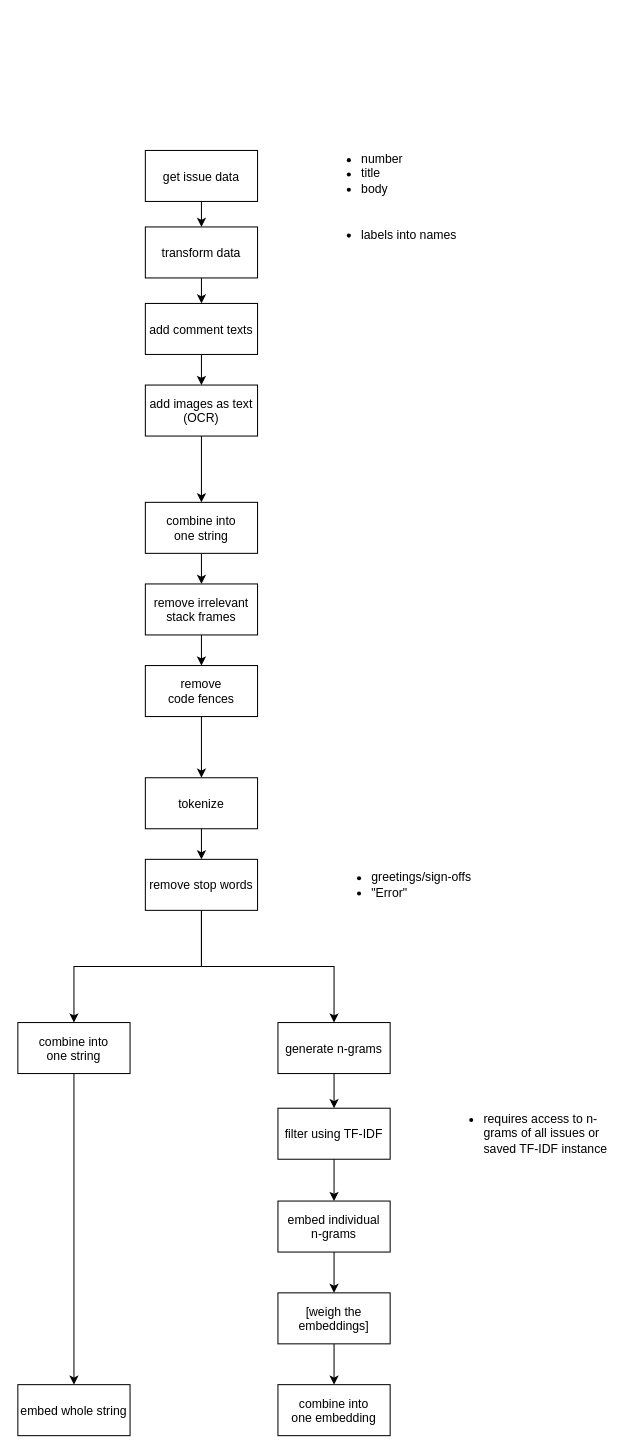
Earlier version of the draw.io diagram docs/pipeline.drawio (tim-sh/embeddings). Source tidied: cells renumbered, new cells numbered last; positions are measured from the earlier drawing's top-left corner, leaving out a move shared by most shapes. Both pictures are drawn from the tidied source at 102%, with x=0, y=0 at pixel (17, 119).
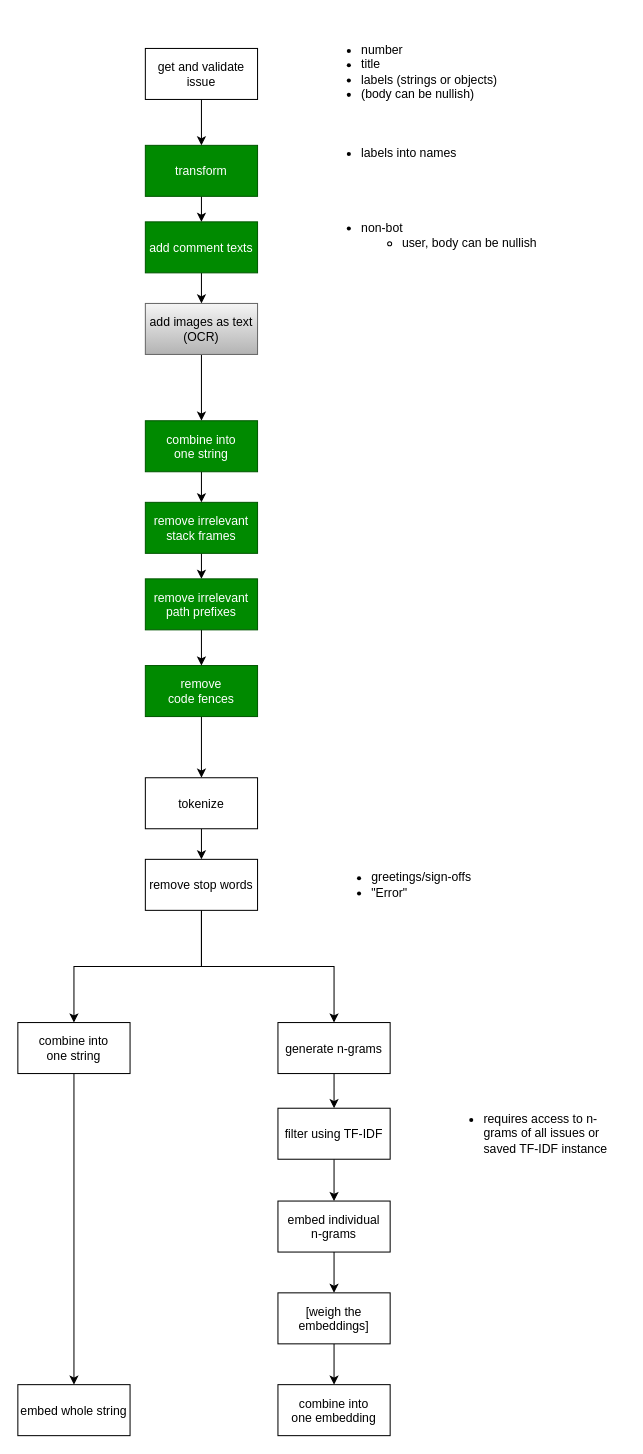
After the change.

Commit message:
Update pipeline diagram

Diff of the diagram source:
```diff
@@
-    <mxCell id="2" style="edgeStyle=orthogonalEdgeStyle;rounded=0;jettySize=auto;html=1;exitX=0.5;exitY=1;exitDx=0;exitDy=0;" parent="1" edge="1" source="3" target="35">
-      <mxGeometry relative="1" as="geometry" />
-    </mxCell>
-    <mxCell id="3" value="get issue data" parent="1" vertex="1">
-      <mxGeometry x="125" y="30" width="110" height="50" as="geometry" />
-    </mxCell>
@@
-    <mxCell id="5" value="remove&#10;code fences" parent="1" vertex="1">
+    <mxCell id="5" value="remove&#10;code fences" style="fillColor=#008a00;fontColor=#ffffff;strokeColor=#005700;" parent="1" vertex="1">
       <mxGeometry x="125" y="535" width="110" height="50" as="geometry" />
     </mxCell>
-    <mxCell id="6" style="edgeStyle=orthogonalEdgeStyle;rounded=0;jettySize=auto;html=1;exitX=0.5;exitY=1;exitDx=0;exitDy=0;entryX=0.5;entryY=0;entryDx=0;entryDy=0;" parent="1" edge="1" source="7" target="5">
-      <mxGeometry relative="1" as="geometry" />
-    </mxCell>
+    <mxCell id="37" style="edgeStyle=orthogonalEdgeStyle;rounded=0;jettySize=auto;html=1;exitX=0.5;exitY=1;exitDx=0;exitDy=0;" parent="1" edge="1" source="7" target="42">
+      <mxGeometry relative="1" as="geometry" />
+    </mxCell>
-    <mxCell id="7" value="remove irrelevant&#10;stack frames" parent="1" vertex="1">
-      <mxGeometry x="125" y="455" width="110" height="50" as="geometry" />
+    <mxCell id="7" value="remove irrelevant&#10;stack frames" style="fillColor=#008a00;fontColor=#ffffff;strokeColor=#005700;" parent="1" vertex="1">
+      <mxGeometry x="125" y="375" width="110" height="50" as="geometry" />
     </mxCell>
@@
-    <mxCell id="14" value="&lt;ul&gt;&lt;li&gt;number&lt;/li&gt;&lt;li&gt;title&lt;/li&gt;&lt;li&gt;body&lt;/li&gt;&lt;/ul&gt;" style="text;strokeColor=none;fillColor=none;html=1;whiteSpace=wrap;verticalAlign=middle;overflow=hidden;" parent="1" vertex="1">
-      <mxGeometry x="295" width="200" height="105" as="geometry" />
+    <mxCell id="14" value="&lt;ul&gt;&lt;li&gt;number&lt;/li&gt;&lt;li&gt;title&lt;/li&gt;&lt;li&gt;labels (strings or objects)&lt;/li&gt;&lt;li&gt;(body can be nullish)&lt;/li&gt;&lt;/ul&gt;" style="text;strokeColor=none;fillColor=none;html=1;whiteSpace=wrap;verticalAlign=middle;overflow=hidden;" parent="1" vertex="1">
+      <mxGeometry x="295" y="-100" width="200" height="105" as="geometry" />
     </mxCell>
@@
-    <mxCell id="16" value="add comment texts" parent="1" vertex="1">
-      <mxGeometry x="125" y="180" width="110" height="50" as="geometry" />
+    <mxCell id="16" value="add comment texts" style="fillColor=#008a00;fontColor=#ffffff;strokeColor=#005700;" parent="1" vertex="1">
+      <mxGeometry x="125" y="100" width="110" height="50" as="geometry" />
     </mxCell>
@@
-    <mxCell id="18" value="add images as text&#10;(OCR)" parent="1" vertex="1">
-      <mxGeometry x="125" y="260" width="110" height="50" as="geometry" />
+    <mxCell id="18" value="add images as text&#10;(OCR)" style="fillColor=#f5f5f5;gradientColor=#b3b3b3;strokeColor=#666666;" parent="1" vertex="1">
+      <mxGeometry x="125" y="180" width="110" height="50" as="geometry" />
     </mxCell>
@@
-    <mxCell id="20" value="combine into&#10;one string" parent="1" vertex="1">
-      <mxGeometry x="125" y="375" width="110" height="50" as="geometry" />
+    <mxCell id="20" value="combine into&#10;one string" style="fillColor=#008a00;fontColor=#ffffff;strokeColor=#005700;" parent="1" vertex="1">
+      <mxGeometry x="125" y="295" width="110" height="50" as="geometry" />
     </mxCell>
@@
-    <mxCell id="35" value="transform data" parent="1" vertex="1">
-      <mxGeometry x="125" y="105" width="110" height="50" as="geometry" />
+    <mxCell id="35" value="transform" style="fillColor=#008a00;fontColor=#ffffff;strokeColor=#005700;" parent="1" vertex="1">
+      <mxGeometry x="125" y="25" width="110" height="50" as="geometry" />
     </mxCell>
     <mxCell id="36" value="&lt;ul&gt;&lt;li&gt;labels into names&lt;/li&gt;&lt;/ul&gt;" style="text;strokeColor=none;fillColor=none;html=1;whiteSpace=wrap;verticalAlign=middle;overflow=hidden;" parent="1" vertex="1">
-      <mxGeometry x="295" y="60" width="200" height="105" as="geometry" />
+      <mxGeometry x="295" y="-20" width="200" height="105" as="geometry" />
     </mxCell>
+    <mxCell id="38" style="edgeStyle=orthogonalEdgeStyle;rounded=0;jettySize=auto;html=1;exitX=0.5;exitY=1;exitDx=0;exitDy=0;entryX=0.5;entryY=0;entryDx=0;entryDy=0;" parent="1" edge="1" source="39" target="35">
+      <mxGeometry relative="1" as="geometry" />
+    </mxCell>
+    <mxCell id="39" value="get and validate&#10;issue" parent="1" vertex="1">
+      <mxGeometry x="125" y="-70" width="110" height="50" as="geometry" />
+    </mxCell>
+    <mxCell id="40" value="&lt;ul&gt;&lt;li&gt;non-bot&lt;/li&gt;&lt;ul&gt;&lt;li&gt;user, body can be nullish&lt;/li&gt;&lt;/ul&gt;&lt;/ul&gt;" style="text;strokeColor=none;fillColor=none;html=1;whiteSpace=wrap;verticalAlign=middle;overflow=hidden;" parent="1" vertex="1">
+      <mxGeometry x="295" y="60" width="260" height="105" as="geometry" />
+    </mxCell>
+    <mxCell id="41" style="edgeStyle=orthogonalEdgeStyle;rounded=0;jettySize=auto;html=1;entryX=0.5;entryY=0;entryDx=0;entryDy=0;" parent="1" edge="1" source="42" target="5">
+      <mxGeometry relative="1" as="geometry" />
+    </mxCell>
+    <mxCell id="42" value="remove irrelevant&#10;path prefixes" style="fillColor=#008a00;fontColor=#ffffff;strokeColor=#005700;" parent="1" vertex="1">
+      <mxGeometry x="125" y="450" width="110" height="50" as="geometry" />
+    </mxCell>
```
